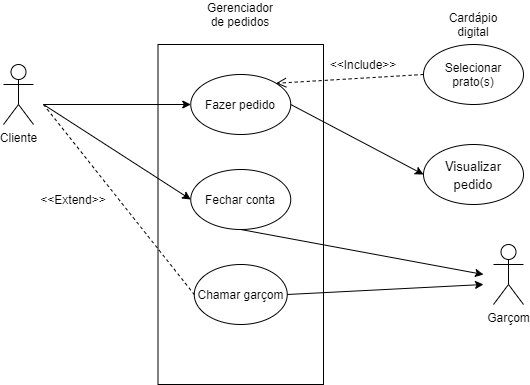
Above: AssitenteEletronico.drawio.png in hinname/project-Restaurant (draw.io), before the change. Source tidied: cells renumbered, new cells last; positions are measured from the earlier drawing's top-left corner, leaving out a move shared by most shapes.
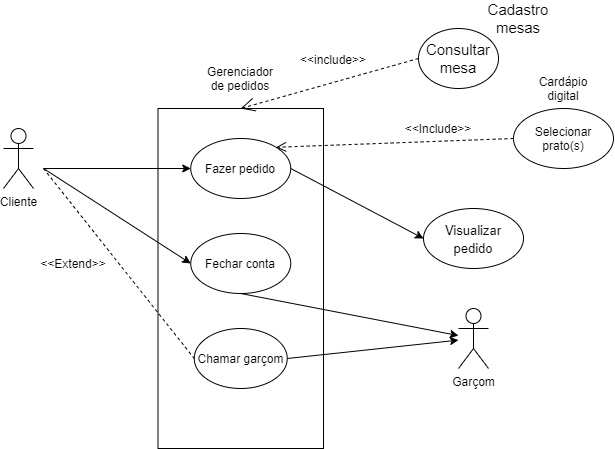
After the commit.

The edit, as a diff of the source:
```diff
@@ -12,7 +12,7 @@
       <mxGeometry x="217.2" width="40" height="20" as="geometry" />
     </mxCell>
     <mxCell id="5" value="Garçom" style="shape=umlActor;verticalLabelPosition=bottom;verticalAlign=top;html=1;outlineConnect=0;" parent="1" vertex="1">
-      <mxGeometry x="490" y="240" width="30" height="60" as="geometry" />
+      <mxGeometry x="455" y="240" width="30" height="60" as="geometry" />
     </mxCell>
     <mxCell id="6" value="Fazer pedido" style="ellipse;whiteSpace=wrap;html=1;" parent="1" vertex="1">
       <mxGeometry x="187.2" y="70" width="100" height="60" as="geometry" />
@@ -24,10 +24,10 @@
       <mxGeometry x="190.8" y="260" width="93" height="60" as="geometry" />
     </mxCell>
     <mxCell id="9" value="Selecionar prato(s)" style="ellipse;whiteSpace=wrap;html=1;" parent="1" vertex="1">
-      <mxGeometry x="420" y="40" width="100" height="60" as="geometry" />
+      <mxGeometry x="510" y="40" width="100" height="60" as="geometry" />
     </mxCell>
     <mxCell id="10" value="&amp;lt;&amp;lt;Include&amp;gt;&amp;gt;" style="text;html=1;strokeColor=none;fillColor=none;align=center;verticalAlign=middle;whiteSpace=wrap;rounded=0;" parent="1" vertex="1">
-      <mxGeometry x="340" y="50" width="40" height="20" as="geometry" />
+      <mxGeometry x="415" y="50" width="40" height="20" as="geometry" />
     </mxCell>
     <mxCell id="11" style="endArrow=classic;html=1;entryX=0;entryY=0.5;entryDx=0;entryDy=0;" parent="1" edge="1" target="6">
       <mxGeometry relative="1" as="geometry">
@@ -39,15 +39,11 @@
         <mxPoint x="40" y="100" as="sourcePoint" />
       </mxGeometry>
     </mxCell>
-    <mxCell id="13" style="endArrow=classic;html=1;exitX=0.5;exitY=1;exitDx=0;exitDy=0;" parent="1" edge="1" source="7">
-      <mxGeometry relative="1" as="geometry">
-        <mxPoint x="480" y="270" as="targetPoint" />
-      </mxGeometry>
+    <mxCell id="13" style="endArrow=classic;html=1;exitX=0.5;exitY=1;exitDx=0;exitDy=0;" parent="1" edge="1" source="7" target="5">
+      <mxGeometry relative="1" as="geometry" />
     </mxCell>
-    <mxCell id="14" style="endArrow=classic;html=1;exitX=1;exitY=0.5;exitDx=0;exitDy=0;" parent="1" edge="1" source="8">
-      <mxGeometry relative="1" as="geometry">
-        <mxPoint x="480" y="280" as="targetPoint" />
-      </mxGeometry>
+    <mxCell id="14" style="endArrow=classic;html=1;exitX=1;exitY=0.5;exitDx=0;exitDy=0;" parent="1" edge="1" source="8" target="5">
+      <mxGeometry relative="1" as="geometry" />
     </mxCell>
     <mxCell id="15" style="endArrow=none;dashed=1;html=1;entryX=0;entryY=0.5;entryDx=0;entryDy=0;" parent="1" edge="1" target="8">
       <mxGeometry relative="1" as="geometry">
@@ -58,7 +54,7 @@
       <mxGeometry x="50" y="185" width="40" height="20" as="geometry" />
     </mxCell>
     <mxCell id="17" value="Cardápio digital" style="text;html=1;strokeColor=none;fillColor=none;align=center;verticalAlign=middle;whiteSpace=wrap;rounded=0;" parent="1" vertex="1">
-      <mxGeometry x="450" y="10" width="40" height="20" as="geometry" />
+      <mxGeometry x="540" y="10" width="40" height="20" as="geometry" />
     </mxCell>
     <mxCell id="18" value="&lt;span style=&quot;font-size: 13px&quot;&gt;Visualizar pedido&lt;/span&gt;" style="ellipse;whiteSpace=wrap;html=1;fontSize=15;strokeColor=#000000;" parent="1" vertex="1">
       <mxGeometry x="420" y="140" width="100" height="60" as="geometry" />
@@ -69,5 +65,17 @@
     <mxCell id="20" style="endArrow=classic;html=1;fontSize=15;exitX=1;exitY=0.5;exitDx=0;exitDy=0;entryX=0;entryY=0.5;entryDx=0;entryDy=0;" parent="1" edge="1" source="6" target="18">
       <mxGeometry relative="1" as="geometry" />
     </mxCell>
+    <mxCell id="21" value="Consultar mesa" style="ellipse;whiteSpace=wrap;html=1;strokeColor=#000000;fontSize=15;" parent="1" vertex="1">
+      <mxGeometry x="415" y="-40" width="80" height="60" as="geometry" />
+    </mxCell>
+    <mxCell id="22" value="Cadastro mesas" style="text;html=1;strokeColor=none;fillColor=none;align=center;verticalAlign=middle;whiteSpace=wrap;rounded=0;fontSize=15;" parent="1" vertex="1">
+      <mxGeometry x="495" y="-60" width="40" height="20" as="geometry" />
+    </mxCell>
+    <mxCell id="23" style="endArrow=open;endSize=12;dashed=1;html=1;fontSize=15;exitX=0;exitY=0.5;exitDx=0;exitDy=0;entryX=0.5;entryY=0;entryDx=0;entryDy=0;" parent="1" edge="1" source="21" target="2">
+      <mxGeometry relative="1" as="geometry" />
+    </mxCell>
+    <mxCell id="24" value="&lt;font style=&quot;font-size: 12px&quot;&gt;&amp;lt;&amp;lt;include&amp;gt;&amp;gt;&lt;/font&gt;" style="text;html=1;strokeColor=none;fillColor=none;align=center;verticalAlign=middle;whiteSpace=wrap;rounded=0;fontSize=15;" parent="1" vertex="1">
+      <mxGeometry x="310" y="-20" width="40" height="20" as="geometry" />
+    </mxCell>
   </root>
 </mxGraphModel>
```
